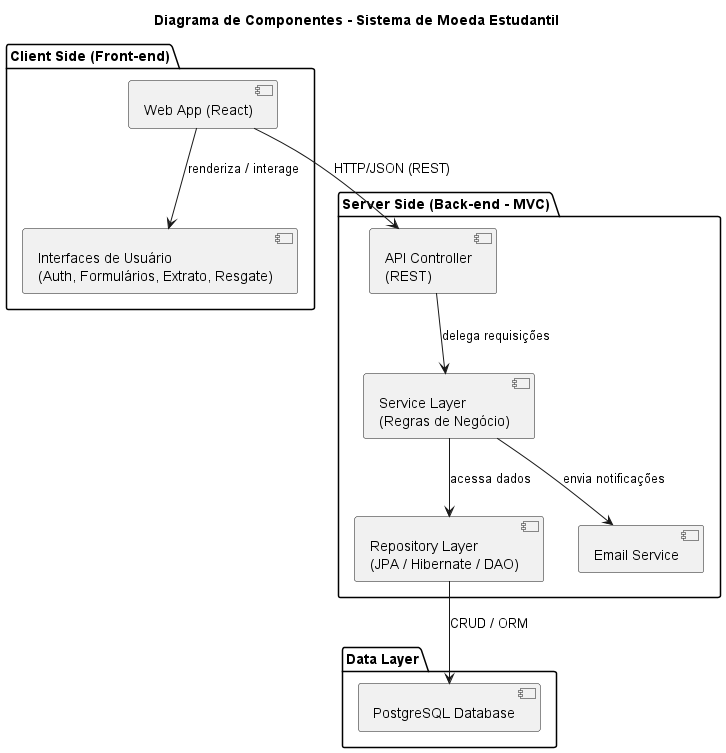
Above: docs/DiagramaComponentes.png in Gb1201/SistemaMoedaEstudantil (PlantUML), before the change.
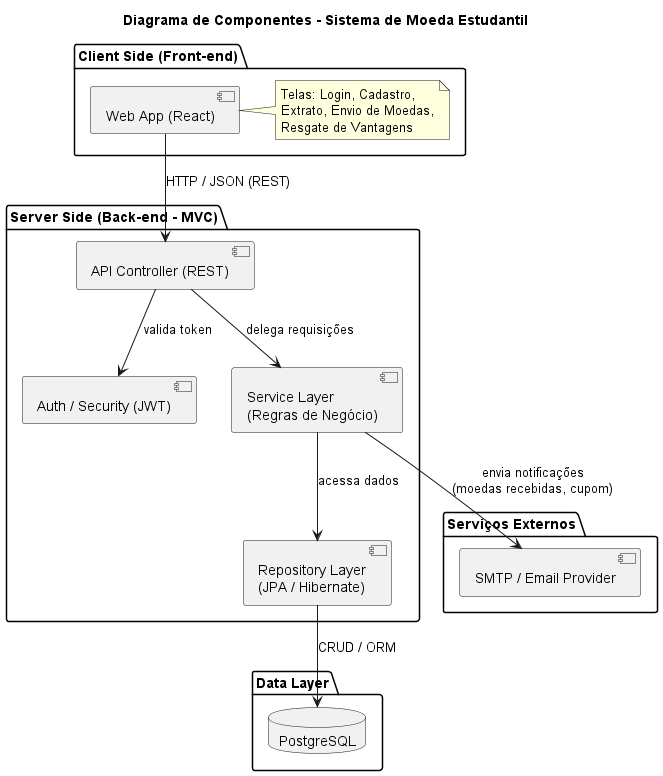
Above is the later version.

What changed in the source:
```diff
@@ -2,37 +2,38 @@
 title Diagrama de Componentes - Sistema de Moeda Estudantil
 
 package "Client Side (Front-end)" {
+  component "Web App (React)" as ReactApp
 
-  component "Web App (React)" as ReactApp
-  component "Interfaces de Usuário\n(Auth, Formulários, Extrato, Resgate)" as UI
-
-  ReactApp --> UI : renderiza / interage
+  note right of ReactApp
+    Telas: Login, Cadastro,
+    Extrato, Envio de Moedas,
+    Resgate de Vantagens
+  end note
 }
 
 package "Server Side (Back-end - MVC)" {
 
-  component "API Controller\n(REST)" as API
+  component "API Controller (REST)" as API
+  component "Auth / Security (JWT)" as Auth
   component "Service Layer\n(Regras de Negócio)" as Service
-  component "Repository Layer\n(JPA / Hibernate / DAO)" as Repo
-  component "Email Service" as Email
+  component "Repository Layer\n(JPA / Hibernate)" as Repo
 
+  API --> Auth : valida token
   API --> Service : delega requisições
   Service --> Repo : acessa dados
-  Service --> Email : envia notificações
-
 }
 
-package "Data Layer" {
-
-  component "PostgreSQL Database" as DB
+package "Serviços Externos" {
+  component "SMTP / Email Provider" as Email
 }
 
+Service --> Email : envia notificações\n(moedas recebidas, cupom)
 
-ReactApp --> API : HTTP/JSON (REST)
+package "Data Layer" {
+  database "PostgreSQL" as DB
+}
 
+ReactApp --> API : HTTP / JSON (REST)
 Repo --> DB : CRUD / ORM
 
-
-
-
 @enduml
```
